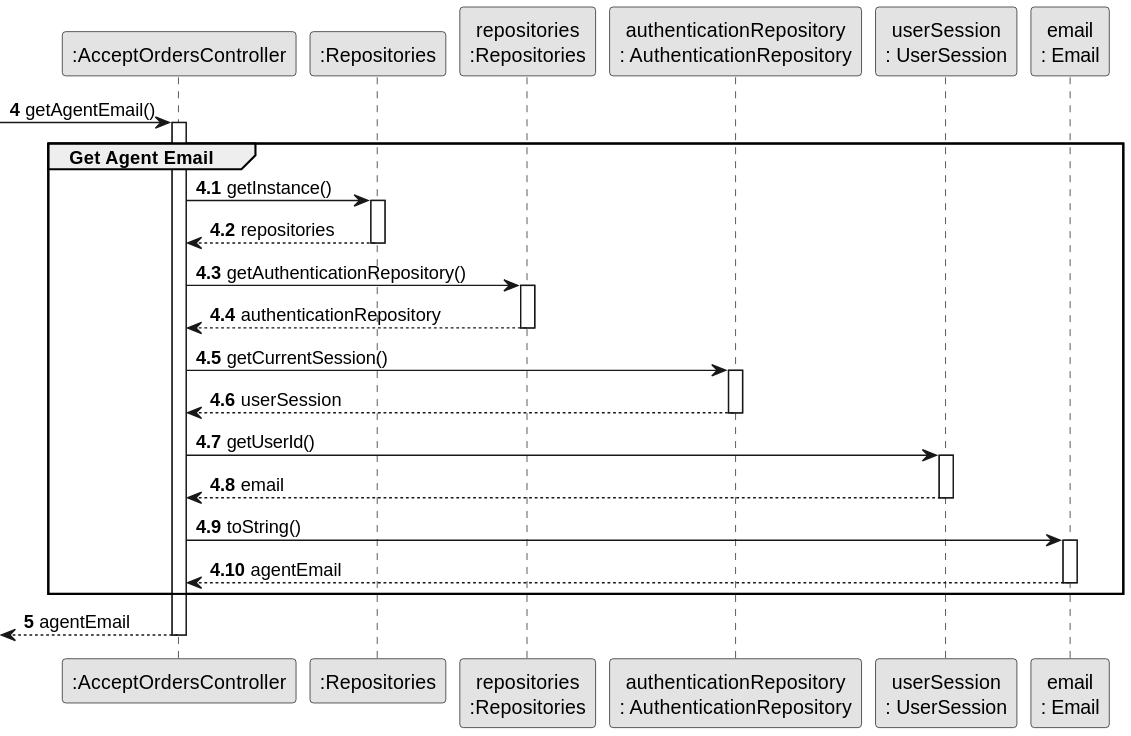
Earlier version of the PlantUML export docs/sprintC/us011/03.design/svg/us011-sequence-diagram-partial-get-agent-email.svg (rita-barbosa/LAPR2-2223). Its diagram source:
```plantuml
@startuml
skinparam monochrome true
skinparam packageStyle rectangle
skinparam shadowing false


participant ":AcceptOrdersController" as CTRL
 participant ":Repositories" as RepositorySingleton
 participant "repositories\n:Repositories" as PLAT
  participant "authenticationRepository\n: AuthenticationRepository" as AuthRep
  participant "userSession\n: UserSession" as UserSession
  participant "email\n: Email" as Email

autonumber 4
    -> CTRL: getAgentEmail()
    activate CTRL

group Get Agent Email

autonumber 4.1
    CTRL -> RepositorySingleton : getInstance()
    activate RepositorySingleton

    RepositorySingleton --> CTRL : repositories
    deactivate RepositorySingleton

     CTRL -> PLAT : getAuthenticationRepository()
     activate PLAT

     PLAT --> CTRL : authenticationRepository
     deactivate PLAT

     CTRL -> AuthRep : getCurrentSession()
     activate AuthRep

     AuthRep --> CTRL : userSession
     deactivate AuthRep

     CTRL -> UserSession : getUserId()
     activate UserSession

     UserSession --> CTRL : email
     deactivate UserSession

    CTRL -> Email : toString()
    activate Email

    Email --> CTRL : agentEmail
    deactivate Email

end group
autonumber 5
     <-- CTRL: agentEmail
     deactivate CTRL
@enduml
```
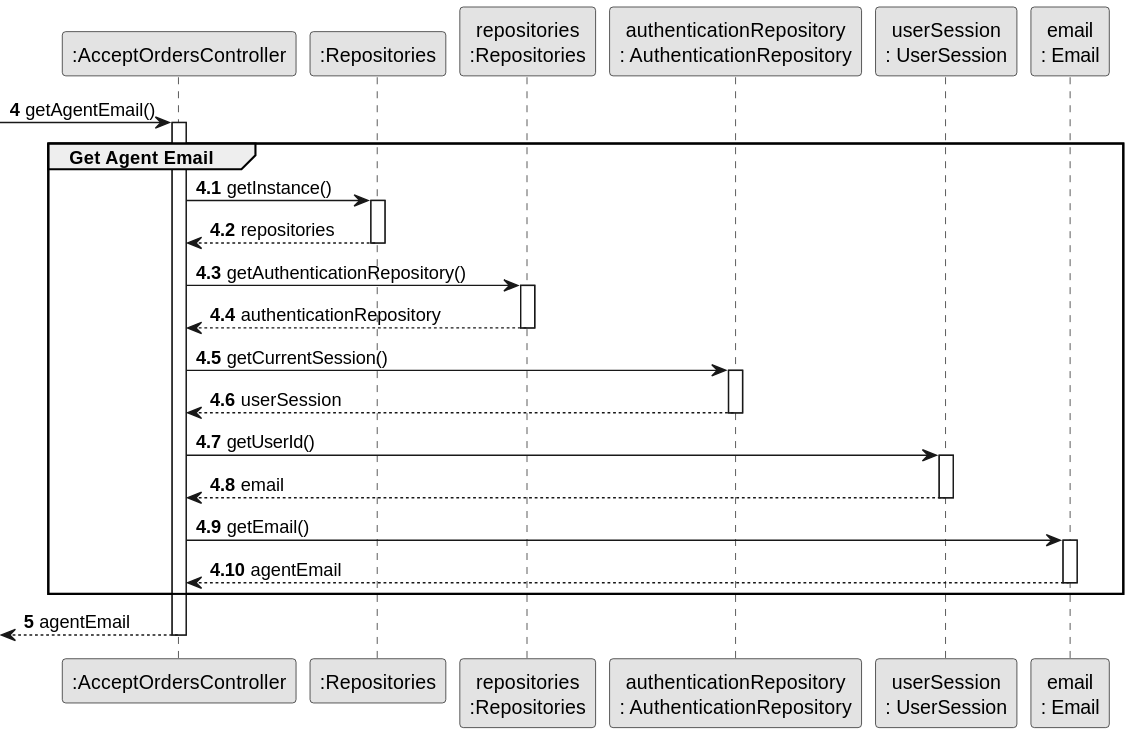
Above is the later version.

Commit message:
Update diagrams: sequence & class [US011][Design][#05 Task]

Diff of the diagram source:
```diff
@@ -42,7 +42,7 @@
      UserSession --> CTRL : email
      deactivate UserSession
 
-    CTRL -> Email : toString()
+    CTRL -> Email : getEmail()
     activate Email
 
     Email --> CTRL : agentEmail
```
